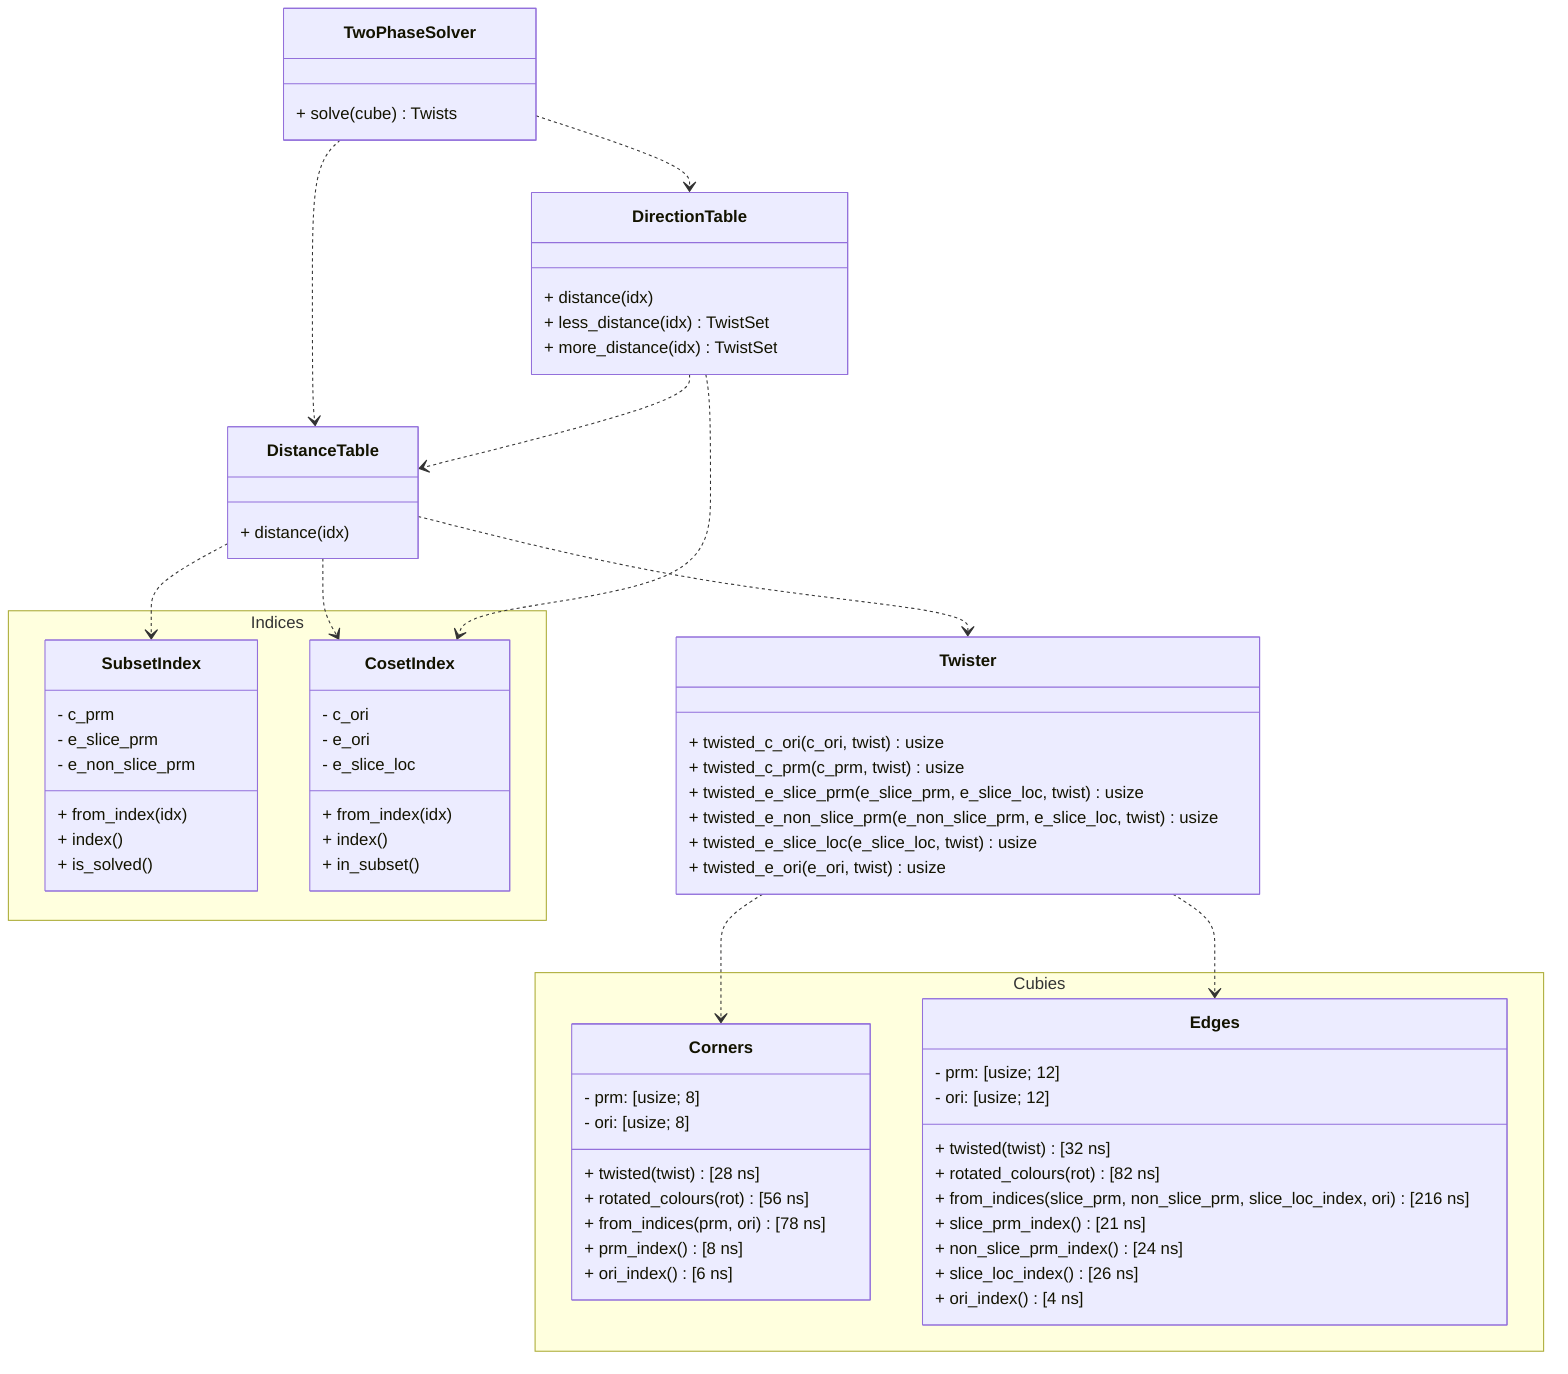
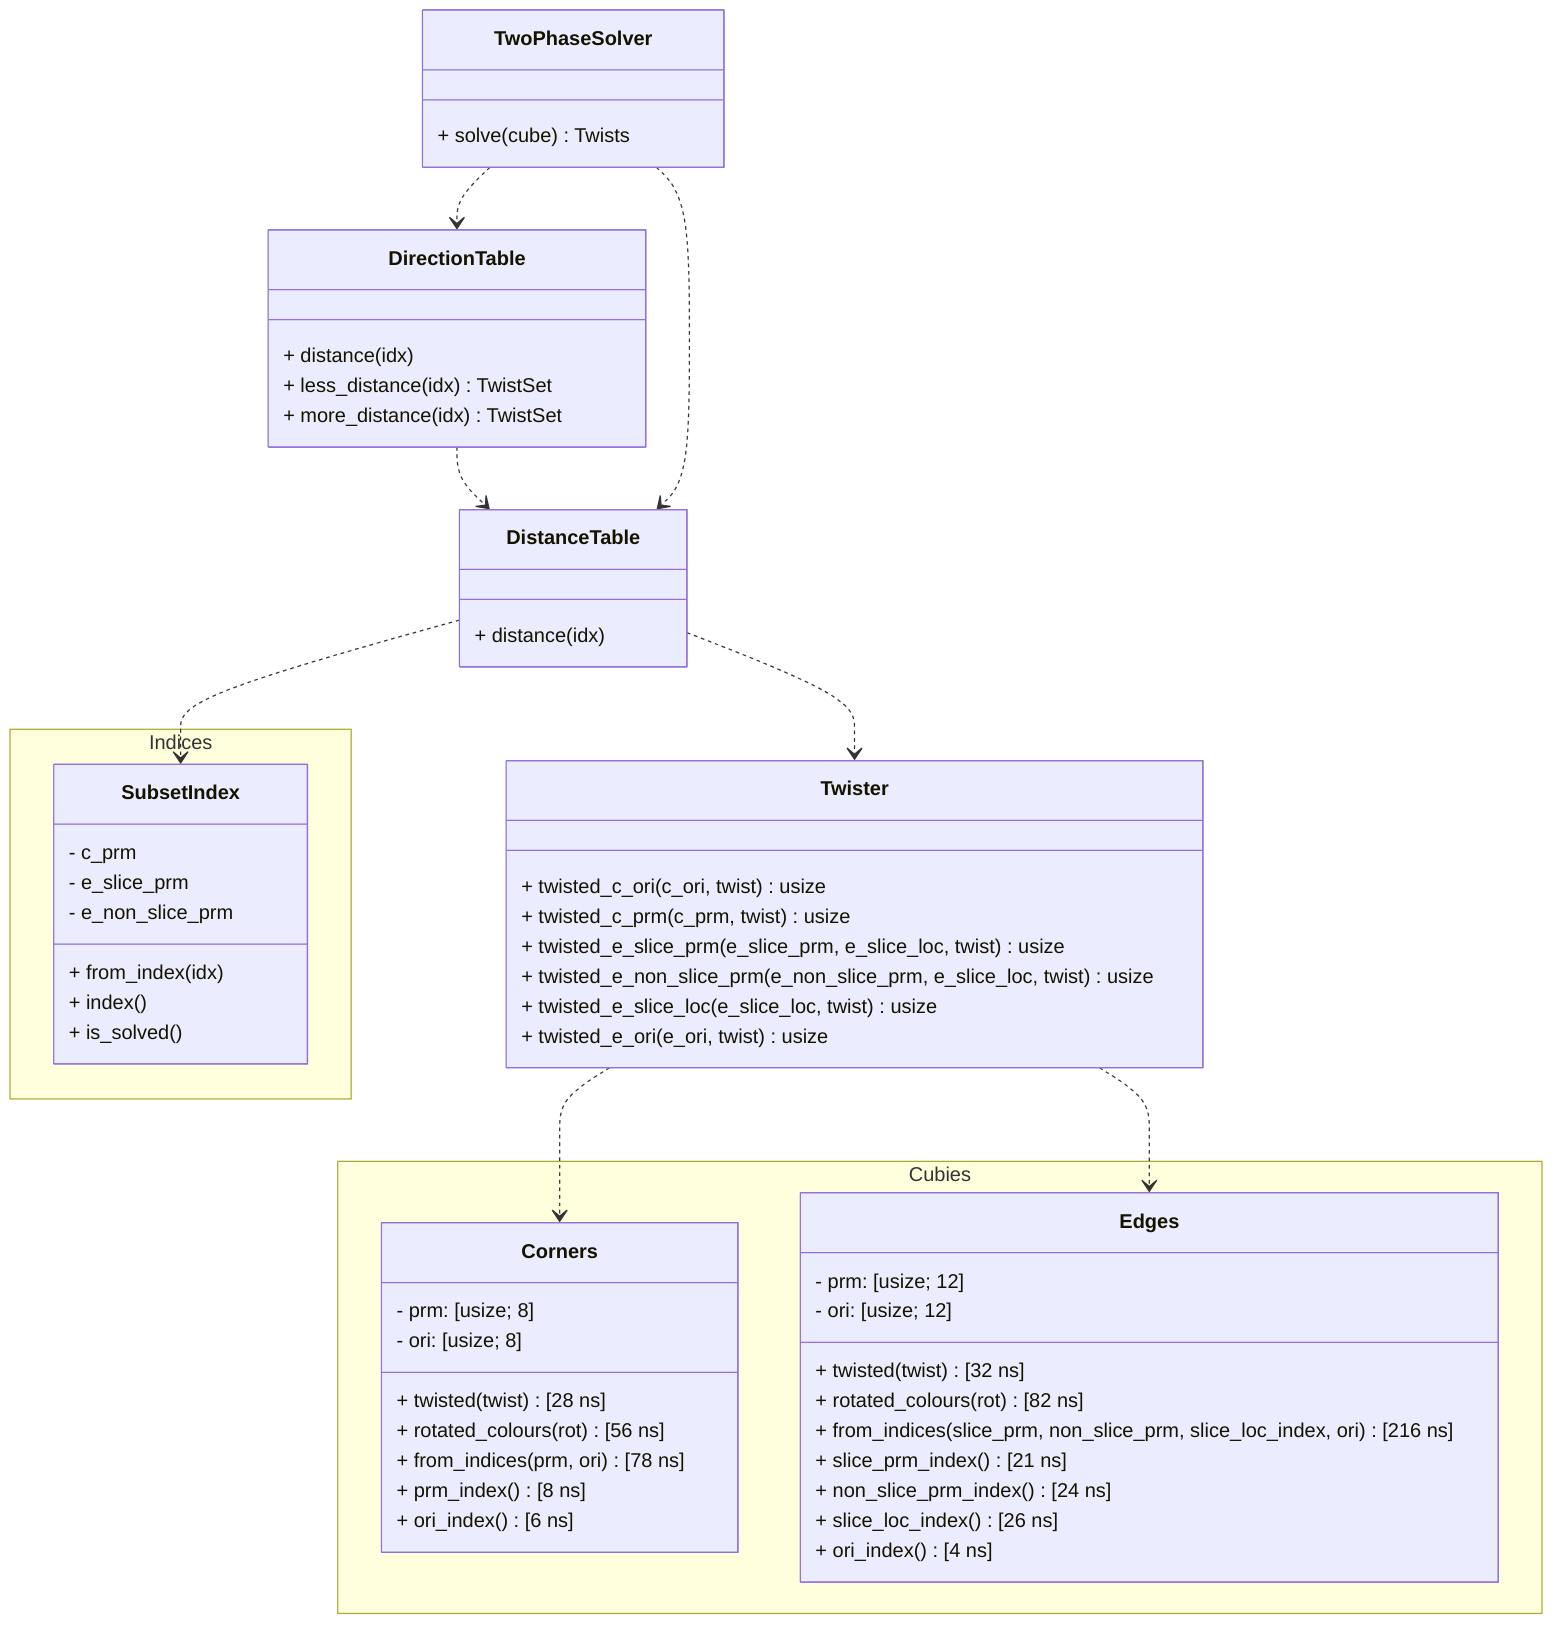
classDiagram
    namespace Cubies {
        class Corners {
            - prm: [usize; 8]
            - ori: [usize; 8]
            + twisted(twist) [28 ns]
            + rotated_colours(rot) [56 ns]
            + from_indices(prm, ori) [78 ns]
            + prm_index() [8 ns]
            + ori_index() [6 ns]
        }
        class Edges {
            - prm: [usize; 12]
            - ori: [usize; 12]
            + twisted(twist) [32 ns]
            + rotated_colours(rot) [82 ns]
            + from_indices(slice_prm, non_slice_prm, slice_loc_index, ori) [216 ns]
            + slice_prm_index() [21 ns]
            + non_slice_prm_index() [24 ns]
            + slice_loc_index() [26 ns]
            + ori_index() [4 ns]
        }
    }
    namespace Indices {
        class SubsetIndex {
            - c_prm
            - e_slice_prm
            - e_non_slice_prm
            + from_index(idx)
            + index()
            + is_solved()
        }
-         class CosetIndex {
-             - c_ori
-             - e_ori
-             - e_slice_loc
-             + from_index(idx)
-             + index()
-             + in_subset()
-         }
    }

    class Twister {
        + twisted_c_ori(c_ori, twist) usize
        + twisted_c_prm(c_prm, twist) usize
        + twisted_e_slice_prm(e_slice_prm, e_slice_loc, twist) usize
        + twisted_e_non_slice_prm(e_non_slice_prm, e_slice_loc, twist) usize
        + twisted_e_slice_loc(e_slice_loc, twist) usize
        + twisted_e_ori(e_ori, twist) usize
    }
    Twister ..> Corners
    Twister ..> Edges

    class DistanceTable {
        + distance(idx)
    }
    DistanceTable ..> SubsetIndex
-     DistanceTable ..> CosetIndex
    DistanceTable ..> Twister

    class DirectionTable {
        + distance(idx)
        + less_distance(idx) TwistSet
        + more_distance(idx) TwistSet
    }
    DirectionTable ..> DistanceTable
-     DirectionTable ..> CosetIndex

    class TwoPhaseSolver {
        + solve(cube) Twists
    }
    TwoPhaseSolver ..> DistanceTable
    TwoPhaseSolver ..> DirectionTable
